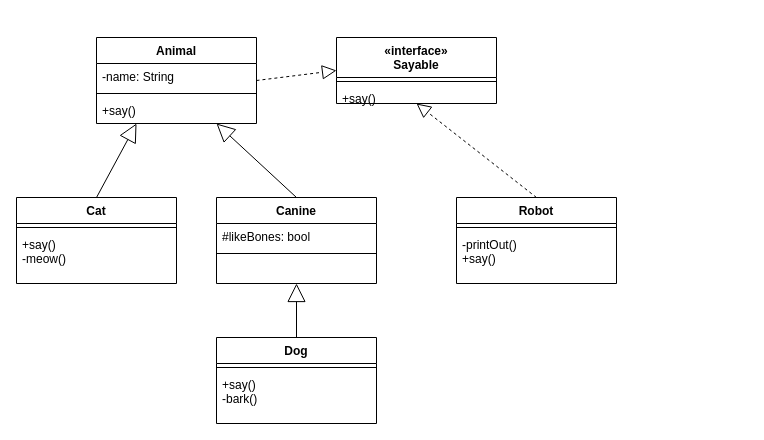
The draw.io diagram Claude.drawio in dongjun-hwang/AA, before the edit. Source tidied: cells renumbered, new cells numbered last; positions are measured from the earlier drawing's top-left corner, leaving out a move shared by most shapes. Both pictures are drawn from the tidied source at 100%, with x=0, y=0 at pixel (16, 37).
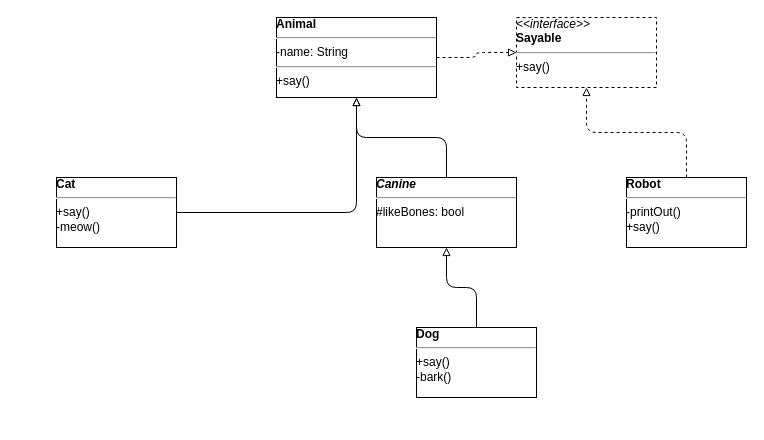
After the change.

What changed in the source:
```diff
@@
-    <mxCell id="2" value="Animal" style="swimlane;fontStyle=1;align=center;verticalAlign=top;horizontal=1;startSize=26;" parent="1" vertex="1">
-      <mxGeometry x="80" width="160" height="86" as="geometry" />
+    <mxCell id="2" value="&lt;b&gt;Animal&lt;/b&gt;&lt;hr&gt;-name: String&lt;hr&gt;+say()" style="verticalAlign=top;align=left;overflow=fill;fontSize=12;fontFamily=Helvetica;html=1;whiteSpace=wrap;" parent="1" vertex="1">
+      <mxGeometry x="260" y="-20" width="160" height="80" as="geometry" />
     </mxCell>
-    <mxCell id="3" value="-name: String" style="text;strokeColor=none;fillColor=none;align=left;verticalAlign=top;spacingLeft=4;spacingRight=4;overflow=hidden;points=[[0,0.5],[1,0.5]];portConstraint=eastwest;" parent="2" vertex="1">
-      <mxGeometry y="26" width="160" height="26" as="geometry" />
+    <mxCell id="3" value="&lt;i&gt;&amp;lt;&amp;lt;interface&amp;gt;&amp;gt;&lt;/i&gt;&lt;br&gt;&lt;b&gt;Sayable&lt;/b&gt;&lt;hr&gt;+say()" style="verticalAlign=top;align=left;overflow=fill;fontSize=12;fontFamily=Helvetica;html=1;whiteSpace=wrap;dashed=1;" parent="1" vertex="1">
+      <mxGeometry x="500" y="-20" width="140" height="70" as="geometry" />
     </mxCell>
-    <mxCell id="4" style="line;strokeWidth=1;fillColor=none;align=left;verticalAlign=middle;spacingTop=-1;spacingLeft=3;spacingRight=3;labelPosition=right;points=[];portConstraint=eastwest;" parent="2" vertex="1">
-      <mxGeometry y="52" width="160" height="8" as="geometry" />
+    <mxCell id="4" value="&lt;b&gt;Cat&lt;/b&gt;&lt;hr&gt;+say()&lt;br&gt;-meow()" style="verticalAlign=top;align=left;overflow=fill;fontSize=12;fontFamily=Helvetica;html=1;whiteSpace=wrap;" parent="1" vertex="1">
+      <mxGeometry x="40" y="140" width="120" height="70" as="geometry" />
     </mxCell>
-    <mxCell id="5" value="+say()" style="text;strokeColor=none;fillColor=none;align=left;verticalAlign=top;spacingLeft=4;spacingRight=4;overflow=hidden;points=[[0,0.5],[1,0.5]];portConstraint=eastwest;" parent="2" vertex="1">
-      <mxGeometry y="60" width="160" height="26" as="geometry" />
+    <mxCell id="5" value="&lt;i&gt;&lt;b&gt;Canine&lt;/b&gt;&lt;/i&gt;&lt;hr&gt;#likeBones: bool" style="verticalAlign=top;align=left;overflow=fill;fontSize=12;fontFamily=Helvetica;html=1;whiteSpace=wrap;" parent="1" vertex="1">
+      <mxGeometry x="360" y="140" width="140" height="70" as="geometry" />
     </mxCell>
-    <mxCell id="6" value="«interface»&#10;Sayable" style="swimlane;fontStyle=1;align=center;verticalAlign=top;horizontal=1;startSize=40;" parent="1" vertex="1">
-      <mxGeometry x="320" width="160" height="66" as="geometry" />
+    <mxCell id="6" value="&lt;b&gt;Dog&lt;/b&gt;&lt;hr&gt;+say()&lt;br&gt;-bark()" style="verticalAlign=top;align=left;overflow=fill;fontSize=12;fontFamily=Helvetica;html=1;whiteSpace=wrap;" parent="1" vertex="1">
+      <mxGeometry x="400" y="290" width="120" height="70" as="geometry" />
     </mxCell>
-    <mxCell id="7" style="line;strokeWidth=1;fillColor=none;align=left;verticalAlign=middle;spacingTop=-1;spacingLeft=3;spacingRight=3;labelPosition=right;points=[];portConstraint=eastwest;" parent="6" vertex="1">
-      <mxGeometry y="40" width="160" height="8" as="geometry" />
+    <mxCell id="7" value="&lt;b&gt;Robot&lt;/b&gt;&lt;hr&gt;-printOut()&lt;br&gt;+say()" style="verticalAlign=top;align=left;overflow=fill;fontSize=12;fontFamily=Helvetica;html=1;whiteSpace=wrap;" parent="1" vertex="1">
+      <mxGeometry x="610" y="140" width="120" height="70" as="geometry" />
     </mxCell>
-    <mxCell id="8" value="+say()" style="text;strokeColor=none;fillColor=none;align=left;verticalAlign=top;spacingLeft=4;spacingRight=4;overflow=hidden;" parent="6" vertex="1">
-      <mxGeometry y="48" width="160" height="18" as="geometry" />
+    <mxCell id="8" style="endArrow=block;endFill=0;html=1;edgeStyle=orthogonalEdgeStyle;align=left;verticalAlign=top;" parent="1" edge="1" source="4" target="2">
+      <mxGeometry x="-1" relative="1" as="geometry" />
     </mxCell>
-    <mxCell id="9" value="Cat" style="swimlane;fontStyle=1;align=center;verticalAlign=top;horizontal=1;startSize=26;" parent="1" vertex="1">
-      <mxGeometry y="160" width="160" height="86" as="geometry" />
+    <mxCell id="9" style="endArrow=block;endFill=0;html=1;edgeStyle=orthogonalEdgeStyle;align=left;verticalAlign=top;" parent="1" edge="1" source="5" target="2">
+      <mxGeometry x="-1" relative="1" as="geometry" />
     </mxCell>
-    <mxCell id="10" style="line;strokeWidth=1;fillColor=none;align=left;verticalAlign=middle;spacingTop=-1;spacingLeft=3;spacingRight=3;labelPosition=right;" parent="9" vertex="1">
-      <mxGeometry y="26" width="160" height="8" as="geometry" />
+    <mxCell id="10" style="endArrow=block;endFill=0;html=1;edgeStyle=orthogonalEdgeStyle;align=left;verticalAlign=top;" parent="1" edge="1" source="6" target="5">
+      <mxGeometry x="-1" relative="1" as="geometry" />
     </mxCell>
-    <mxCell id="11" value="+say()&#10;-meow()" style="text;strokeColor=none;fillColor=none;align=left;verticalAlign=top;spacingLeft=4;spacingRight=4;overflow=hidden;" parent="9" vertex="1">
-      <mxGeometry y="34" width="160" height="52" as="geometry" />
+    <mxCell id="11" style="endArrow=block;endFill=0;dashed=1;html=1;edgeStyle=orthogonalEdgeStyle;align=left;verticalAlign=top;" parent="1" edge="1" source="2" target="3">
+      <mxGeometry x="-1" relative="1" as="geometry" />
     </mxCell>
-    <mxCell id="12" value="Canine" style="swimlane;fontStyle=1;align=center;verticalAlign=top;horizontal=1;startSize=26;" parent="1" vertex="1">
-      <mxGeometry x="200" y="160" width="160" height="86" as="geometry" />
+    <mxCell id="12" style="endArrow=block;endFill=0;dashed=1;html=1;edgeStyle=orthogonalEdgeStyle;align=left;verticalAlign=top;" parent="1" edge="1" source="7" target="3">
+      <mxGeometry x="-1" relative="1" as="geometry" />
     </mxCell>
-    <mxCell id="13" value="#likeBones: bool" style="text;strokeColor=none;fillColor=none;align=left;verticalAlign=top;spacingLeft=4;spacingRight=4;overflow=hidden;" parent="12" vertex="1">
-      <mxGeometry y="26" width="160" height="26" as="geometry" />
-    </mxCell>
-    <mxCell id="14" style="line;strokeWidth=1;fillColor=none;align=left;verticalAlign=middle;spacingTop=-1;spacingLeft=3;spacingRight=3;labelPosition=right;" parent="12" vertex="1">
-      <mxGeometry y="52" width="160" height="8" as="geometry" />
-    </mxCell>
-    <mxCell id="15" value=" " style="text;strokeColor=none;fillColor=none;align=left;verticalAlign=top;spacingLeft=4;spacingRight=4;overflow=hidden;" parent="12" vertex="1">
-      <mxGeometry y="60" width="160" height="26" as="geometry" />
-    </mxCell>
-    <mxCell id="16" value="Dog" style="swimlane;fontStyle=1;align=center;verticalAlign=top;horizontal=1;startSize=26;" parent="1" vertex="1">
-      <mxGeometry x="200" y="300" width="160" height="86" as="geometry" />
-    </mxCell>
-    <mxCell id="17" style="line;strokeWidth=1;fillColor=none;align=left;verticalAlign=middle;spacingTop=-1;spacingLeft=3;spacingRight=3;labelPosition=right;" parent="16" vertex="1">
-      <mxGeometry y="26" width="160" height="8" as="geometry" />
-    </mxCell>
-    <mxCell id="18" value="+say()&#10;-bark()" style="text;strokeColor=none;fillColor=none;align=left;verticalAlign=top;spacingLeft=4;spacingRight=4;overflow=hidden;" parent="16" vertex="1">
-      <mxGeometry y="34" width="160" height="52" as="geometry" />
-    </mxCell>
-    <mxCell id="19" value="Robot" style="swimlane;fontStyle=1;align=center;verticalAlign=top;horizontal=1;startSize=26;" parent="1" vertex="1">
-      <mxGeometry x="440" y="160" width="160" height="86" as="geometry" />
-    </mxCell>
-    <mxCell id="20" style="line;strokeWidth=1;fillColor=none;align=left;verticalAlign=middle;spacingTop=-1;spacingLeft=3;spacingRight=3;labelPosition=right;" parent="19" vertex="1">
-      <mxGeometry y="26" width="160" height="8" as="geometry" />
-    </mxCell>
-    <mxCell id="21" value="-printOut()&#10;+say()" style="text;strokeColor=none;fillColor=none;align=left;verticalAlign=top;spacingLeft=4;spacingRight=4;overflow=hidden;" parent="19" vertex="1">
-      <mxGeometry y="34" width="160" height="52" as="geometry" />
-    </mxCell>
-    <mxCell id="22" style="endArrow=block;endSize=16;endFill=0;html=1;rounded=0;exitX=0.5;exitY=0;exitDx=0;exitDy=0;entryX=0.25;entryY=1;entryDx=0;entryDy=0;" parent="1" edge="1" source="9" target="2">
-      <mxGeometry relative="1" as="geometry" />
-    </mxCell>
-    <mxCell id="23" style="endArrow=block;endSize=16;endFill=0;html=1;rounded=0;exitX=0.5;exitY=0;exitDx=0;exitDy=0;entryX=0.75;entryY=1;entryDx=0;entryDy=0;" parent="1" edge="1" source="12" target="2">
-      <mxGeometry relative="1" as="geometry" />
-    </mxCell>
-    <mxCell id="24" style="endArrow=block;endSize=16;endFill=0;html=1;rounded=0;exitX=0.5;exitY=0;exitDx=0;exitDy=0;entryX=0.5;entryY=1;entryDx=0;entryDy=0;" parent="1" edge="1" source="16" target="12">
-      <mxGeometry relative="1" as="geometry" />
-    </mxCell>
-    <mxCell id="25" style="endArrow=block;dashed=1;endFill=0;endSize=12;html=1;rounded=0;exitX=1;exitY=0.5;exitDx=0;exitDy=0;entryX=0;entryY=0.5;entryDx=0;entryDy=0;" parent="1" edge="1" source="2" target="6">
-      <mxGeometry relative="1" as="geometry" />
-    </mxCell>
-    <mxCell id="26" style="endArrow=block;dashed=1;endFill=0;endSize=12;html=1;rounded=0;exitX=0.5;exitY=0;exitDx=0;exitDy=0;entryX=0.5;entryY=1;entryDx=0;entryDy=0;" parent="1" edge="1" source="19" target="6">
-      <mxGeometry relative="1" as="geometry" />
-    </mxCell>
```
